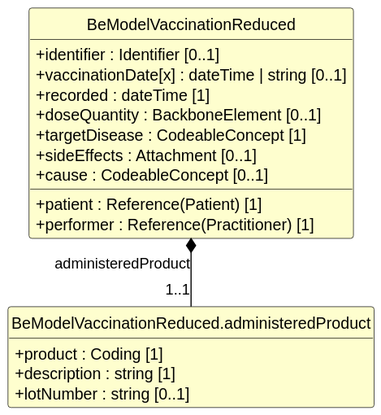
Before: exports/diagrams/BeModelVaccinationReduced-uml.svg, a diagram exported from PlantUML (caresets/caresets-src).
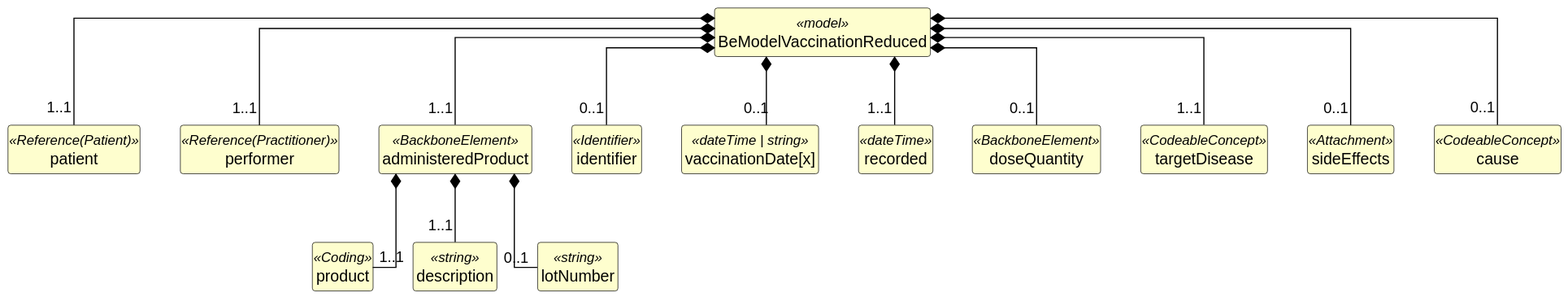
After the commit.

Diff of the diagram source:
```diff
@@ -12,23 +12,59 @@
 hide circle
 hide empty members
 
-class "BeModelVaccinationReduced" as BeModelVaccinationReduced {
-  +patient : Reference(Patient) [1]
-  +performer : Reference(Practitioner) [1]
-  +identifier : Identifier [0..1]
-  +vaccinationDate[x] : dateTime | string [0..1]
-  +recorded : dateTime [1]
-  +doseQuantity : BackboneElement [0..1]
-  +targetDisease : CodeableConcept [1]
-  +sideEffects : Attachment [0..1]
-  +cause : CodeableConcept [0..1]
+class "BeModelVaccinationReduced" as BeModelVaccinationReduced <<model>> {
 }
 
-class "BeModelVaccinationReduced.administeredProduct" as BeModelVaccinationReduced_administeredProduct {
-  +product : Coding [1]
-  +description : string [1]
-  +lotNumber : string [0..1]
+class "patient" as BeModelVaccinationReduced_patient <<Reference(Patient)>> {
 }
 
-BeModelVaccinationReduced *-- "1..1" BeModelVaccinationReduced_administeredProduct : administeredProduct
+class "performer" as BeModelVaccinationReduced_performer <<Reference(Practitioner)>> {
+}
+
+class "administeredProduct" as BeModelVaccinationReduced_administeredProduct <<BackboneElement>> {
+}
+
+class "product" as BeModelVaccinationReduced_administeredProduct_product <<Coding>> {
+}
+
+class "description" as BeModelVaccinationReduced_administeredProduct_description <<string>> {
+}
+
+class "lotNumber" as BeModelVaccinationReduced_administeredProduct_lotNumber <<string>> {
+}
+
+class "identifier" as BeModelVaccinationReduced_identifier <<Identifier>> {
+}
+
+class "vaccinationDate[x]" as BeModelVaccinationReduced_vaccinationDate_x_ <<dateTime | string>> {
+}
+
+class "recorded" as BeModelVaccinationReduced_recorded <<dateTime>> {
+}
+
+class "doseQuantity" as BeModelVaccinationReduced_doseQuantity <<BackboneElement>> {
+}
+
+class "targetDisease" as BeModelVaccinationReduced_targetDisease <<CodeableConcept>> {
+}
+
+class "sideEffects" as BeModelVaccinationReduced_sideEffects <<Attachment>> {
+}
+
+class "cause" as BeModelVaccinationReduced_cause <<CodeableConcept>> {
+}
+
+BeModelVaccinationReduced *-- "1..1" BeModelVaccinationReduced_patient
+BeModelVaccinationReduced *-- "1..1" BeModelVaccinationReduced_performer
+BeModelVaccinationReduced *-- "1..1" BeModelVaccinationReduced_administeredProduct
+BeModelVaccinationReduced_administeredProduct *-- "1..1" BeModelVaccinationReduced_administeredProduct_product
+BeModelVaccinationReduced_administeredProduct *-- "1..1" BeModelVaccinationReduced_administeredProduct_description
+BeModelVaccinationReduced_administeredProduct *-- "0..1" BeModelVaccinationReduced_administeredProduct_lotNumber
+BeModelVaccinationReduced *-- "0..1" BeModelVaccinationReduced_identifier
+BeModelVaccinationReduced *-- "0..1" BeModelVaccinationReduced_vaccinationDate_x_
+BeModelVaccinationReduced *-- "1..1" BeModelVaccinationReduced_recorded
+BeModelVaccinationReduced *-- "0..1" BeModelVaccinationReduced_doseQuantity
+BeModelVaccinationReduced *-- "1..1" BeModelVaccinationReduced_targetDisease
+BeModelVaccinationReduced *-- "0..1" BeModelVaccinationReduced_sideEffects
+BeModelVaccinationReduced *-- "0..1" BeModelVaccinationReduced_cause
 @enduml
```
